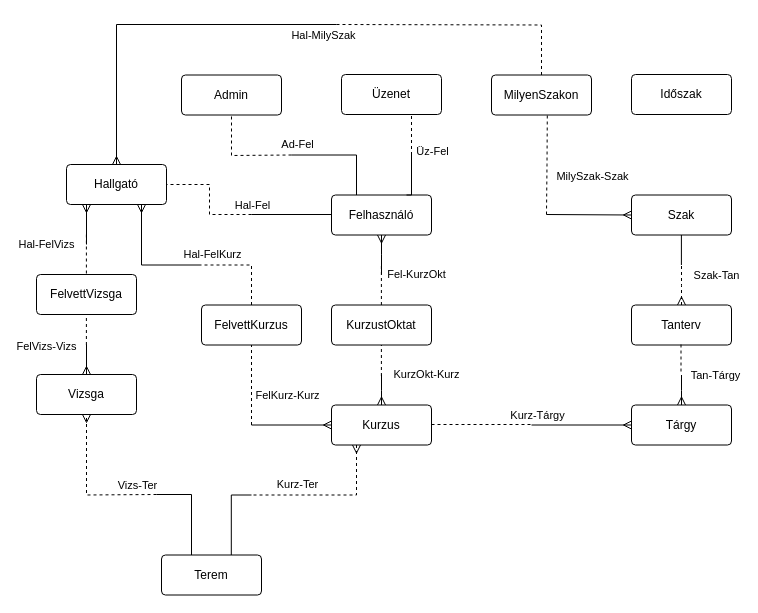
Before: ssadm/egyedmodell/egyedmodell.drawio in SzoDavid/murica, a draw.io diagram. Source tidied: cells renumbered, new cells numbered last; positions are measured from the earlier drawing's top-left corner, leaving out a move shared by most shapes. Both pictures are drawn from the tidied source at 100%, with x=0, y=0 at pixel (36, 24).
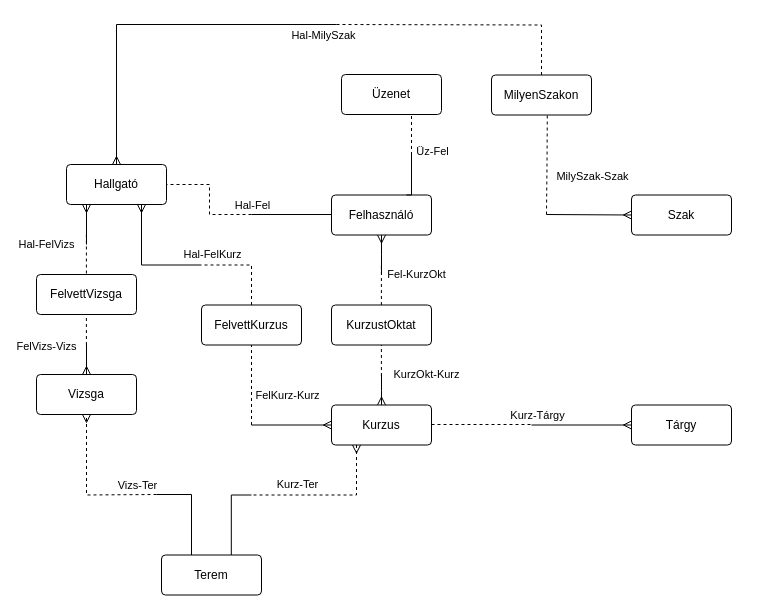
The same diagram, later.

Unchanged cells that the change refers to:
```xml
<mxCell id="2" value="Felhasználó" style="rounded=1;arcSize=10;whiteSpace=wrap;html=1;align=center;" parent="1" vertex="1">
  <mxGeometry x="295" y="170.5" width="100" height="40" as="geometry" />
</mxCell>
<mxCell id="5" value="Tárgy" style="rounded=1;arcSize=10;whiteSpace=wrap;html=1;align=center;" parent="1" vertex="1">
  <mxGeometry x="595" y="380.5" width="100" height="40" as="geometry" />
</mxCell>
```

The edit, as a diff of the source:
```diff
@@
-    <mxCell id="3" value="Admin" style="rounded=1;arcSize=10;whiteSpace=wrap;html=1;align=center;" parent="1" vertex="1">
-      <mxGeometry x="145" y="50.5" width="100" height="40" as="geometry" />
-    </mxCell>
@@
-    <mxCell id="16" style="fontSize=12;html=1;endArrow=none;startArrow=ERmany;rounded=0;endFill=0;edgeStyle=orthogonalEdgeStyle;" parent="1" edge="1" source="5">
-      <mxGeometry relative="1" as="geometry">
-        <mxPoint x="645" y="350.5" as="targetPoint" />
-      </mxGeometry>
-    </mxCell>
-    <mxCell id="17" value="Tan-Tárgy" style="edgeLabel;html=1;align=center;verticalAlign=middle;" parent="16" vertex="1">
-      <mxGeometry x="0.84" y="1" relative="1" as="geometry">
-        <mxPoint x="34" y="-3" as="offset" />
-      </mxGeometry>
-    </mxCell>
@@
-    <mxCell id="19" style="fontSize=12;html=1;endArrow=none;startArrow=none;rounded=0;entryX=0.5;entryY=1;entryDx=0;entryDy=0;edgeStyle=orthogonalEdgeStyle;endFill=0;startFill=0;dashed=1;" parent="1" edge="1" target="3">
-      <mxGeometry relative="1" as="geometry">
-        <mxPoint x="255" y="130.5" as="sourcePoint" />
-      </mxGeometry>
-    </mxCell>
@@
-    <mxCell id="23" value="Időszak" style="rounded=1;arcSize=10;whiteSpace=wrap;html=1;align=center;" parent="1" vertex="1">
-      <mxGeometry x="595" y="50" width="100" height="40" as="geometry" />
-    </mxCell>
@@
-    <mxCell id="38" style="fontSize=12;html=1;endArrow=none;startArrow=none;rounded=0;exitX=0.25;exitY=0;exitDx=0;exitDy=0;edgeStyle=orthogonalEdgeStyle;endFill=0;startFill=0;" parent="1" edge="1" source="2">
-      <mxGeometry relative="1" as="geometry">
-        <mxPoint x="255" y="130.5" as="targetPoint" />
-        <Array as="points">
-          <mxPoint x="320" y="130.5" />
-        </Array>
-      </mxGeometry>
-    </mxCell>
-    <mxCell id="39" value="Ad-Fel" style="edgeLabel;html=1;align=center;verticalAlign=middle;" parent="38" vertex="1">
-      <mxGeometry x="0.91" y="-1" relative="1" as="geometry">
-        <mxPoint y="-10" as="offset" />
-      </mxGeometry>
-    </mxCell>
@@
-    <mxCell id="49" value="Tanterv" style="rounded=1;arcSize=10;whiteSpace=wrap;html=1;align=center;" parent="1" vertex="1">
-      <mxGeometry x="595" y="280.5" width="100" height="40" as="geometry" />
-    </mxCell>
-    <mxCell id="50" style="fontSize=12;html=1;endArrow=none;startArrow=none;rounded=0;endFill=0;edgeStyle=orthogonalEdgeStyle;exitX=0.5;exitY=1;exitDx=0;exitDy=0;startFill=0;dashed=1;" parent="1" edge="1">
-      <mxGeometry relative="1" as="geometry">
-        <mxPoint x="644.5" y="320" as="sourcePoint" />
-        <mxPoint x="644.5" y="350" as="targetPoint" />
-      </mxGeometry>
-    </mxCell>
-    <mxCell id="51" style="fontSize=12;html=1;endArrow=none;startArrow=ERmany;rounded=0;endFill=0;edgeStyle=orthogonalEdgeStyle;exitX=0.5;exitY=0;exitDx=0;exitDy=0;dashed=1;" parent="1" edge="1" source="49">
-      <mxGeometry relative="1" as="geometry">
-        <mxPoint x="645" y="240.5" as="targetPoint" />
-      </mxGeometry>
-    </mxCell>
-    <mxCell id="52" style="fontSize=12;html=1;endArrow=none;startArrow=none;rounded=0;endFill=0;edgeStyle=orthogonalEdgeStyle;exitX=0.5;exitY=1;exitDx=0;exitDy=0;startFill=0;" parent="1" edge="1">
-      <mxGeometry relative="1" as="geometry">
-        <mxPoint x="644.9" y="210.5" as="sourcePoint" />
-        <mxPoint x="644.9" y="240.5" as="targetPoint" />
-        <Array as="points">
-          <mxPoint x="644.7" y="210.5" />
-          <mxPoint x="644.7" y="210.5" />
-        </Array>
-      </mxGeometry>
-    </mxCell>
-    <mxCell id="53" value="Szak-Tan" style="edgeLabel;html=1;align=center;verticalAlign=middle;" parent="52" vertex="1">
-      <mxGeometry x="0.77" y="-2" relative="1" as="geometry">
-        <mxPoint x="37" y="13" as="offset" />
-      </mxGeometry>
-    </mxCell>
```
